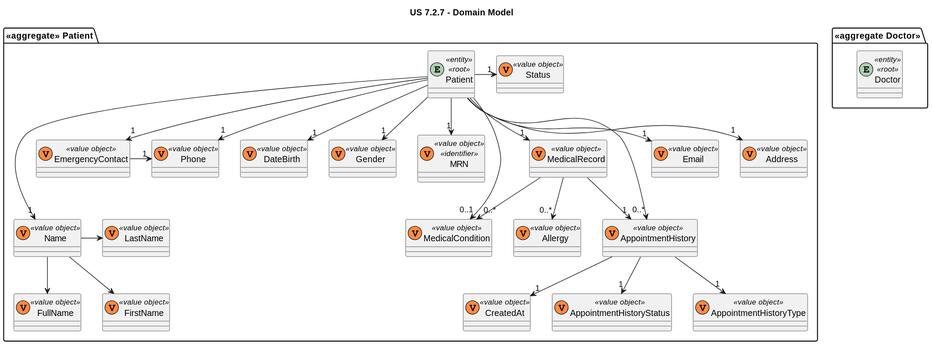
Earlier version of the PlantUML export docs/sprint-3/1221933/us-7.2.7/diagrams/dm/us-7.2.7-dm.svg (rita-barbosa/LAPR5-2425).
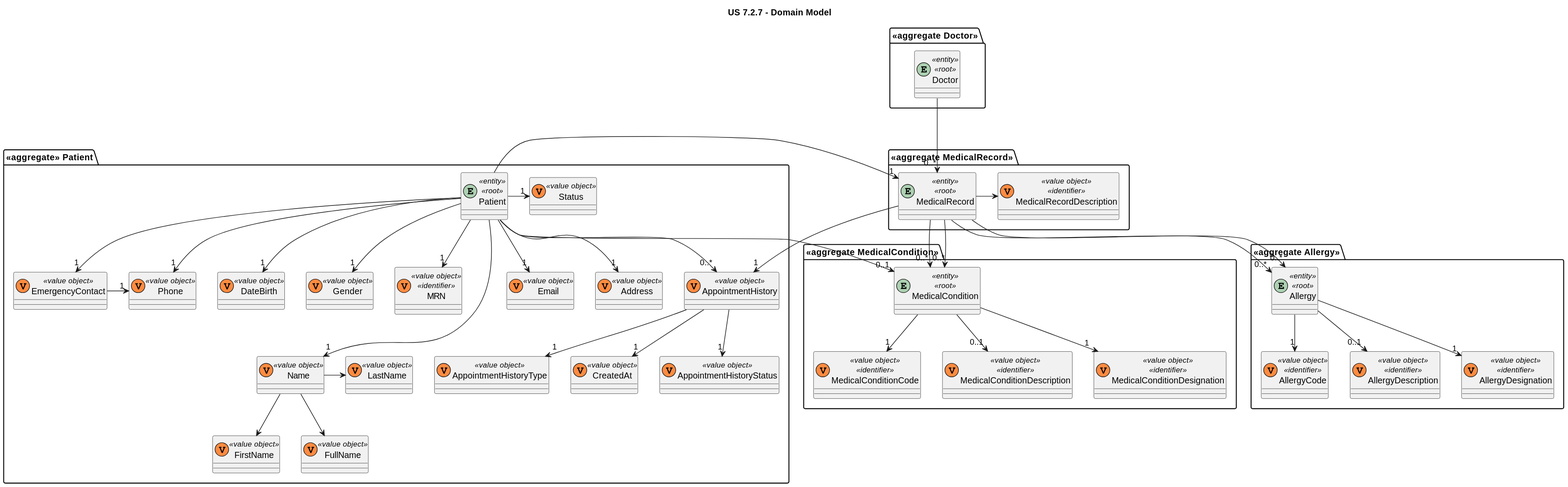
Later version of the same file.

Commit message:
DG38-540 | docs: updates domain model for us 7.2.7.

Change to the diagram source:
```diff
@@ -8,9 +8,6 @@
     class Gender <<(V,#FF8B40)value object>> {}
     class EmergencyContact <<(V,#FF8B40)value object>> {}
     class MRN <<(V,#FF8B40)value object>> <<identifier>> {}
-    class MedicalRecord <<(V,#FF8B40)value object>> {}
-    class Allergy <<(V,#FF8B40)value object>> {}
-    class MedicalCondition <<(V,#FF8B40)value object>> {}
     class AppointmentHistory <<(V,#FF8B40)value object>> {}
     class AppointmentHistoryStatus <<(V,#FF8B40)value object>> {}
     class AppointmentHistoryType <<(V,#FF8B40)value object>> {}
@@ -23,6 +20,27 @@
     class Email <<(V,#FF8B40)value object>> {}
     class Address <<(V,#FF8B40)value object>> {}
     class Status <<(V,#FF8B40)value object>> {}
+}
+
+package "<<aggregate MedicalRecord>>" {
+    entity MedicalRecord <<entity>><<root>>{}
+    class MedicalRecordDescription <<(V,#FF8B40)value object>> <<identifier>> {}
+}
+
+
+
+package "<<aggregate MedicalCondition>>" {
+    entity MedicalCondition <<entity>><<root>>{}
+    class MedicalConditionDesignation <<(V,#FF8B40)value object>> <<identifier>> {}
+    class MedicalConditionCode <<(V,#FF8B40)value object>> <<identifier>> {}
+    class MedicalConditionDescription <<(V,#FF8B40)value object>> <<identifier>> {}
+}
+
+package "<<aggregate Allergy>>" {
+    entity Allergy <<entity>><<root>>{}
+    class AllergyDesignation <<(V,#FF8B40)value object>> <<identifier>> {}
+    class AllergyCode <<(V,#FF8B40)value object>> <<identifier>> {}
+    class AllergyDescription <<(V,#FF8B40)value object>> <<identifier>> {}
 }
 
 package "<<aggregate Doctor>>" {
@@ -54,4 +72,17 @@
 AppointmentHistory --> "1" AppointmentHistoryStatus
 AppointmentHistory --> "1" AppointmentHistoryType
 AppointmentHistory --> "1" CreatedAt
+
+MedicalRecord --> "0..*" MedicalCondition
+MedicalRecord --> "0..*" Allergy
+MedicalRecord -> MedicalRecordDescription
+Doctor ---> "0..*" MedicalRecord
+
+Allergy --> "1" AllergyCode
+Allergy --> "0..1" AllergyDescription
+Allergy --> "1" AllergyDesignation
+
+MedicalCondition --> "1" MedicalConditionCode
+MedicalCondition --> "0..1" MedicalConditionDescription
+MedicalCondition --> "1" MedicalConditionDesignation
 @enduml
```
